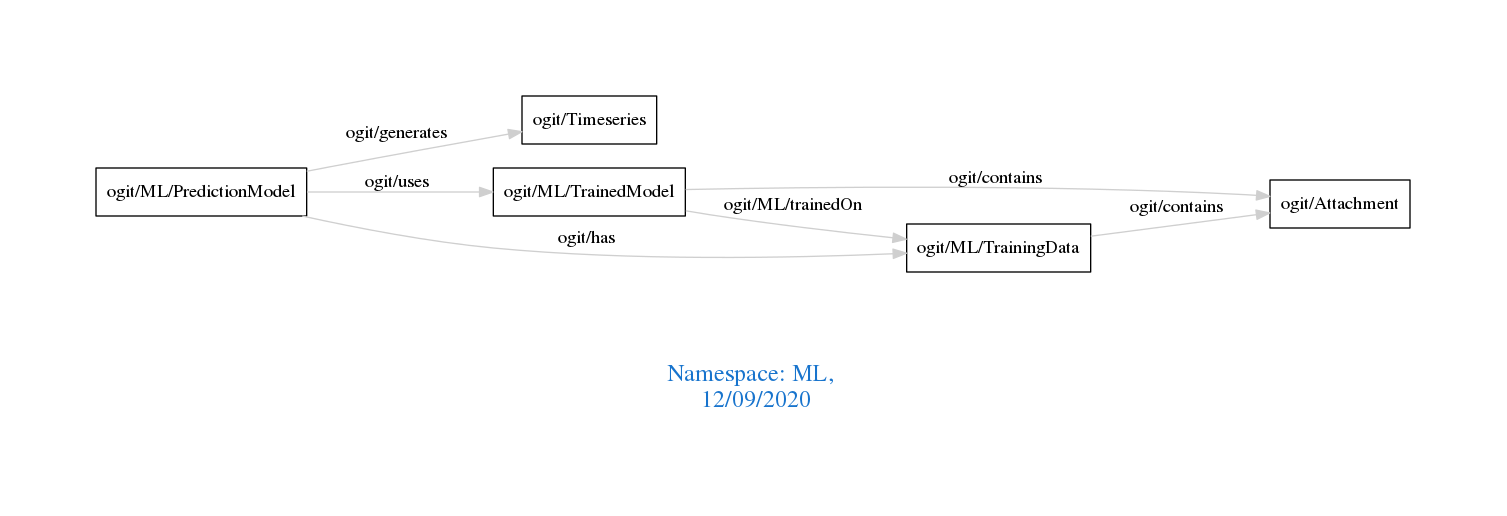
Before: downloads/ML.png, a diagram exported from Graphviz (arago/OGIT). Its source is kept beside it as downloads/ML.dot.
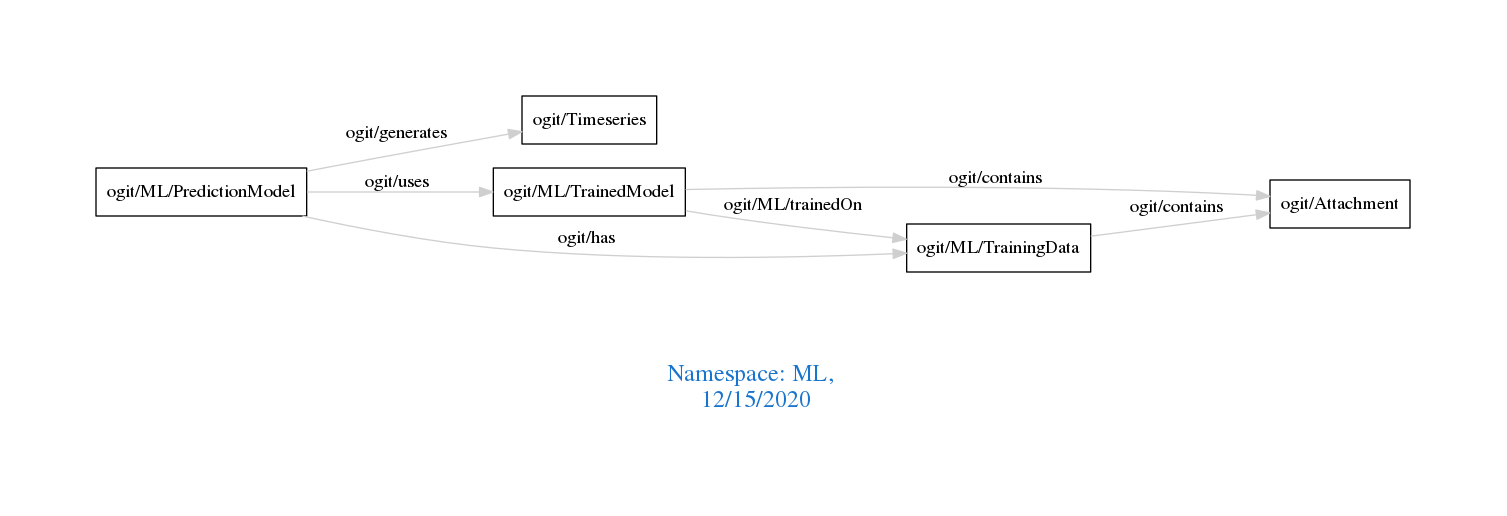
The same file after the commit.

Diff of the diagram source:
```diff
@@ -1,7 +1,7 @@
 digraph OGIT_ontology {
  graph [ rankdir= LR,pad=1
 fontsize = 18,
-fontcolor= dodgerblue3,label = "\n\n\nNamespace: ML, \n 12/09/2020"];
+fontcolor= dodgerblue3,label = "\n\n\nNamespace: ML, \n 12/15/2020"];
 node[shape=polygon];
 edge [  color="gray81"];
 
```
